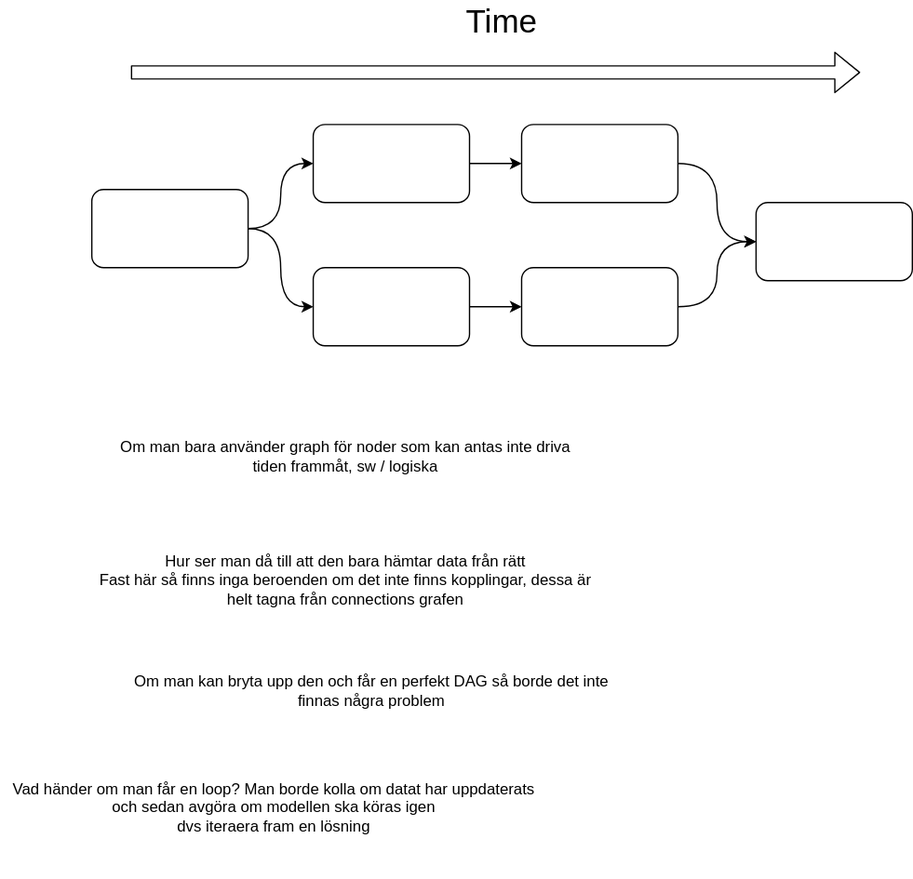
Before: lib/sim/docs/test.drawio.svg, a diagram exported from draw.io (jkCXf9X4/ssp4cpp). Source tidied: cells renumbered, new cells last; positions are measured from the earlier drawing's top-left corner, leaving out a move shared by most shapes. Its diagram source:
```xml
<mxGraphModel>
  <root>
    <mxCell id="0" />
    <mxCell id="1" parent="0" />
    <mxCell id="2" style="edgeStyle=entityRelationEdgeStyle;html=1;exitX=1;exitY=0.5;exitDx=0;exitDy=0;entryX=0;entryY=0.5;entryDx=0;entryDy=0;" parent="1" edge="1" source="3" target="5">
      <mxGeometry relative="1" as="geometry" />
    </mxCell>
    <mxCell id="3" style="rounded=1;whiteSpace=wrap;html=1;" parent="1" vertex="1">
      <mxGeometry x="240" y="90" width="120" height="60" as="geometry" />
    </mxCell>
    <mxCell id="4" style="edgeStyle=orthogonalEdgeStyle;curved=1;html=1;exitX=1;exitY=0.5;exitDx=0;exitDy=0;entryX=0;entryY=0.5;entryDx=0;entryDy=0;" parent="1" edge="1" source="5" target="13">
      <mxGeometry relative="1" as="geometry" />
    </mxCell>
    <mxCell id="5" style="rounded=1;whiteSpace=wrap;html=1;" parent="1" vertex="1">
      <mxGeometry x="400" y="90" width="120" height="60" as="geometry" />
    </mxCell>
    <mxCell id="6" style="edgeStyle=orthogonalEdgeStyle;curved=1;html=1;exitX=1;exitY=0.5;exitDx=0;exitDy=0;entryX=0;entryY=0.5;entryDx=0;entryDy=0;" parent="1" edge="1" source="7" target="12">
      <mxGeometry relative="1" as="geometry" />
    </mxCell>
    <mxCell id="7" style="rounded=1;whiteSpace=wrap;html=1;" parent="1" vertex="1">
      <mxGeometry x="240" y="200" width="120" height="60" as="geometry" />
    </mxCell>
    <mxCell id="8" style="edgeStyle=orthogonalEdgeStyle;html=1;exitX=1;exitY=0.5;exitDx=0;exitDy=0;entryX=0;entryY=0.5;entryDx=0;entryDy=0;curved=1;" parent="1" edge="1" source="10" target="3">
      <mxGeometry relative="1" as="geometry" />
    </mxCell>
    <mxCell id="9" style="edgeStyle=orthogonalEdgeStyle;curved=1;html=1;exitX=1;exitY=0.5;exitDx=0;exitDy=0;entryX=0;entryY=0.5;entryDx=0;entryDy=0;" parent="1" edge="1" source="10" target="7">
      <mxGeometry relative="1" as="geometry" />
    </mxCell>
    <mxCell id="10" style="rounded=1;whiteSpace=wrap;html=1;" parent="1" vertex="1">
      <mxGeometry x="70" y="140" width="120" height="60" as="geometry" />
    </mxCell>
    <mxCell id="11" style="edgeStyle=orthogonalEdgeStyle;curved=1;html=1;exitX=1;exitY=0.5;exitDx=0;exitDy=0;entryX=0;entryY=0.5;entryDx=0;entryDy=0;" parent="1" edge="1" source="12" target="13">
      <mxGeometry relative="1" as="geometry" />
    </mxCell>
    <mxCell id="12" style="rounded=1;whiteSpace=wrap;html=1;" parent="1" vertex="1">
      <mxGeometry x="400" y="200" width="120" height="60" as="geometry" />
    </mxCell>
    <mxCell id="13" style="rounded=1;whiteSpace=wrap;html=1;" parent="1" vertex="1">
      <mxGeometry x="580" y="150" width="120" height="60" as="geometry" />
    </mxCell>
    <mxCell id="14" style="shape=flexArrow;endArrow=classic;html=1;curved=1;" parent="1" edge="1">
      <mxGeometry relative="1" as="geometry">
        <mxPoint x="100" y="50" as="sourcePoint" />
        <mxPoint x="660" y="50" as="targetPoint" />
      </mxGeometry>
    </mxCell>
    <mxCell id="15" value="Time" style="text;html=1;align=center;verticalAlign=middle;whiteSpace=wrap;rounded=0;fontSize=25;" parent="1" vertex="1">
      <mxGeometry x="330" width="110" height="20" as="geometry" />
    </mxCell>
    <mxCell id="16" value="Om man bara använder graph för noder som kan antas inte driva tiden frammåt, sw / logiska" style="text;html=1;align=center;verticalAlign=middle;whiteSpace=wrap;rounded=0;" parent="1" vertex="1">
      <mxGeometry x="90" y="300" width="350" height="90" as="geometry" />
    </mxCell>
    <mxCell id="17" value="Hur ser man då till att den bara hämtar data från rätt&lt;br&gt;Fast här så finns inga beroenden om det inte finns kopplingar, dessa är helt tagna från connections grafen" style="text;html=1;align=center;verticalAlign=middle;whiteSpace=wrap;rounded=0;" parent="1" vertex="1">
      <mxGeometry x="70" y="420" width="390" height="40" as="geometry" />
    </mxCell>
    <mxCell id="18" value="Om man kan bryta upp den och får en perfekt DAG så borde det inte finnas några problem&amp;nbsp;" style="text;html=1;align=center;verticalAlign=middle;whiteSpace=wrap;rounded=0;" parent="1" vertex="1">
      <mxGeometry x="90" y="510" width="390" height="30" as="geometry" />
    </mxCell>
    <mxCell id="19" value="Vad händer om man får en loop? Man borde kolla om datat har uppdaterats och sedan avgöra om modellen ska köras igen&lt;br&gt;dvs iteraera fram en lösning&amp;nbsp;" style="text;html=1;align=center;verticalAlign=middle;whiteSpace=wrap;rounded=0;" parent="1" vertex="1">
      <mxGeometry y="560" width="420" height="110" as="geometry" />
    </mxCell>
  </root>
</mxGraphModel>
```
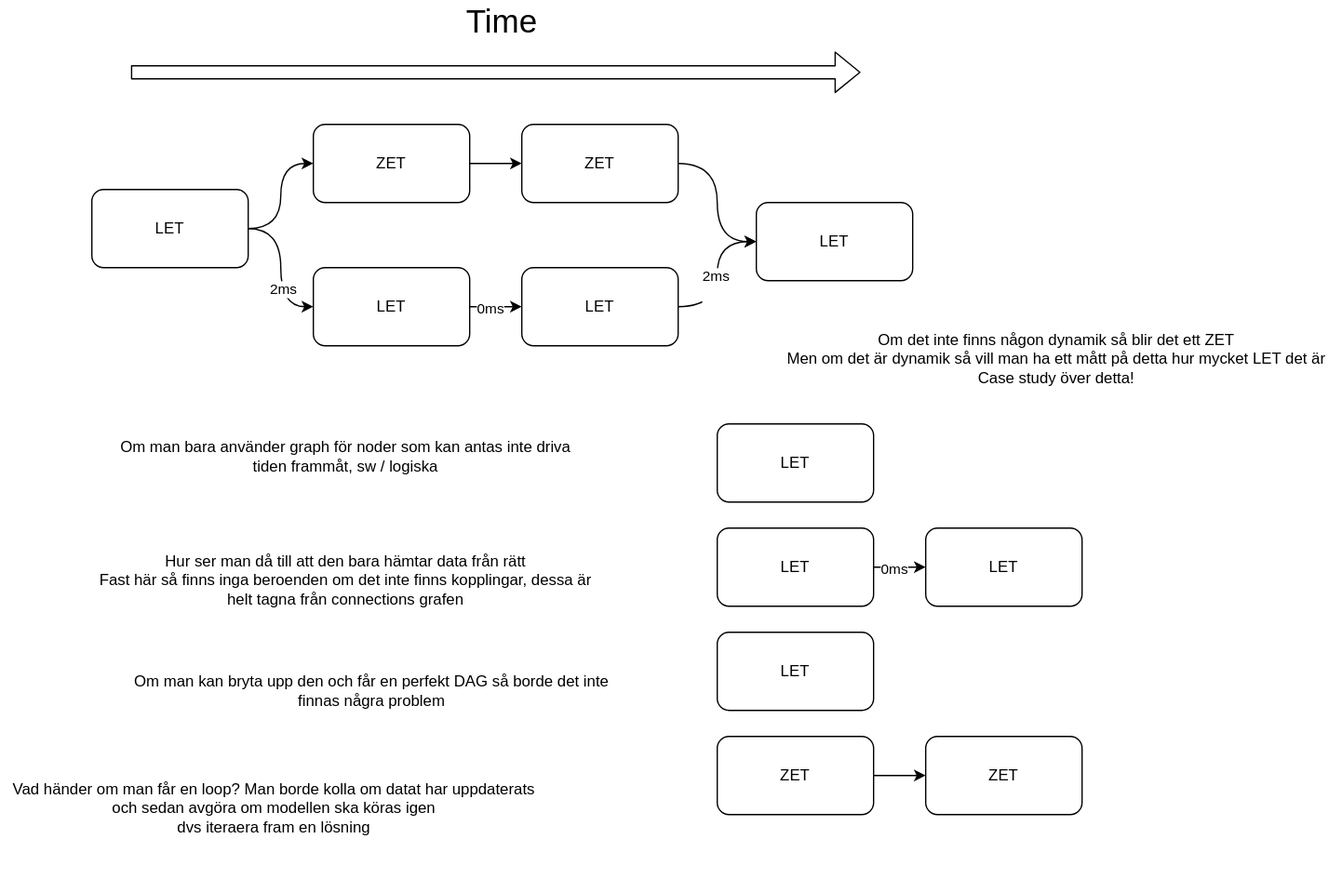
Later version of the same file.

What changed in the source:
```diff
@@ -5,19 +5,22 @@
     <mxCell id="2" style="edgeStyle=entityRelationEdgeStyle;html=1;exitX=1;exitY=0.5;exitDx=0;exitDy=0;entryX=0;entryY=0.5;entryDx=0;entryDy=0;" parent="1" edge="1" source="3" target="5">
       <mxGeometry relative="1" as="geometry" />
     </mxCell>
-    <mxCell id="3" style="rounded=1;whiteSpace=wrap;html=1;" parent="1" vertex="1">
+    <mxCell id="3" value="ZET" style="rounded=1;whiteSpace=wrap;html=1;" parent="1" vertex="1">
       <mxGeometry x="240" y="90" width="120" height="60" as="geometry" />
     </mxCell>
     <mxCell id="4" style="edgeStyle=orthogonalEdgeStyle;curved=1;html=1;exitX=1;exitY=0.5;exitDx=0;exitDy=0;entryX=0;entryY=0.5;entryDx=0;entryDy=0;" parent="1" edge="1" source="5" target="13">
       <mxGeometry relative="1" as="geometry" />
     </mxCell>
-    <mxCell id="5" style="rounded=1;whiteSpace=wrap;html=1;" parent="1" vertex="1">
+    <mxCell id="5" value="ZET" style="rounded=1;whiteSpace=wrap;html=1;" parent="1" vertex="1">
       <mxGeometry x="400" y="90" width="120" height="60" as="geometry" />
     </mxCell>
     <mxCell id="6" style="edgeStyle=orthogonalEdgeStyle;curved=1;html=1;exitX=1;exitY=0.5;exitDx=0;exitDy=0;entryX=0;entryY=0.5;entryDx=0;entryDy=0;" parent="1" edge="1" source="7" target="12">
       <mxGeometry relative="1" as="geometry" />
     </mxCell>
+    <mxCell id="20" value="0ms" style="edgeLabel;html=1;align=center;verticalAlign=middle;" parent="6" vertex="1">
+      <mxGeometry x="-0.25" y="-1" relative="1" as="geometry" />
+    </mxCell>
-    <mxCell id="7" style="rounded=1;whiteSpace=wrap;html=1;" parent="1" vertex="1">
+    <mxCell id="7" value="LET" style="rounded=1;whiteSpace=wrap;html=1;" parent="1" vertex="1">
       <mxGeometry x="240" y="200" width="120" height="60" as="geometry" />
     </mxCell>
     <mxCell id="8" style="edgeStyle=orthogonalEdgeStyle;html=1;exitX=1;exitY=0.5;exitDx=0;exitDy=0;entryX=0;entryY=0.5;entryDx=0;entryDy=0;curved=1;" parent="1" edge="1" source="10" target="3">
@@ -26,16 +29,22 @@
     <mxCell id="9" style="edgeStyle=orthogonalEdgeStyle;curved=1;html=1;exitX=1;exitY=0.5;exitDx=0;exitDy=0;entryX=0;entryY=0.5;entryDx=0;entryDy=0;" parent="1" edge="1" source="10" target="7">
       <mxGeometry relative="1" as="geometry" />
     </mxCell>
+    <mxCell id="21" value="2ms" style="edgeLabel;html=1;align=center;verticalAlign=middle;" parent="9" vertex="1">
+      <mxGeometry x="0.29" y="1" relative="1" as="geometry" />
+    </mxCell>
-    <mxCell id="10" style="rounded=1;whiteSpace=wrap;html=1;" parent="1" vertex="1">
+    <mxCell id="10" value="LET" style="rounded=1;whiteSpace=wrap;html=1;" parent="1" vertex="1">
       <mxGeometry x="70" y="140" width="120" height="60" as="geometry" />
     </mxCell>
     <mxCell id="11" style="edgeStyle=orthogonalEdgeStyle;curved=1;html=1;exitX=1;exitY=0.5;exitDx=0;exitDy=0;entryX=0;entryY=0.5;entryDx=0;entryDy=0;" parent="1" edge="1" source="12" target="13">
       <mxGeometry relative="1" as="geometry" />
     </mxCell>
+    <mxCell id="22" value="2ms&lt;div&gt;&lt;br&gt;&lt;/div&gt;" style="edgeLabel;html=1;align=center;verticalAlign=middle;" parent="11" vertex="1">
+      <mxGeometry x="-0.15" y="2" relative="1" as="geometry" />
+    </mxCell>
-    <mxCell id="12" style="rounded=1;whiteSpace=wrap;html=1;" parent="1" vertex="1">
+    <mxCell id="12" value="LET" style="rounded=1;whiteSpace=wrap;html=1;" parent="1" vertex="1">
       <mxGeometry x="400" y="200" width="120" height="60" as="geometry" />
     </mxCell>
-    <mxCell id="13" style="rounded=1;whiteSpace=wrap;html=1;" parent="1" vertex="1">
+    <mxCell id="13" value="LET" style="rounded=1;whiteSpace=wrap;html=1;" parent="1" vertex="1">
       <mxGeometry x="580" y="150" width="120" height="60" as="geometry" />
     </mxCell>
     <mxCell id="14" style="shape=flexArrow;endArrow=classic;html=1;curved=1;" parent="1" edge="1">
@@ -59,5 +68,35 @@
     <mxCell id="19" value="Vad händer om man får en loop? Man borde kolla om datat har uppdaterats och sedan avgöra om modellen ska köras igen&lt;br&gt;dvs iteraera fram en lösning&amp;nbsp;" style="text;html=1;align=center;verticalAlign=middle;whiteSpace=wrap;rounded=0;" parent="1" vertex="1">
       <mxGeometry y="560" width="420" height="110" as="geometry" />
     </mxCell>
+    <mxCell id="23" value="LET" style="rounded=1;whiteSpace=wrap;html=1;" parent="1" vertex="1">
+      <mxGeometry x="550" y="320" width="120" height="60" as="geometry" />
+    </mxCell>
+    <mxCell id="24" style="edgeStyle=orthogonalEdgeStyle;curved=1;html=1;exitX=1;exitY=0.5;exitDx=0;exitDy=0;entryX=0;entryY=0.5;entryDx=0;entryDy=0;" parent="1" edge="1" source="26" target="27">
+      <mxGeometry relative="1" as="geometry" />
+    </mxCell>
+    <mxCell id="25" value="0ms" style="edgeLabel;html=1;align=center;verticalAlign=middle;" parent="24" vertex="1">
+      <mxGeometry x="-0.25" y="-1" relative="1" as="geometry" />
+    </mxCell>
+    <mxCell id="26" value="LET" style="rounded=1;whiteSpace=wrap;html=1;" parent="1" vertex="1">
+      <mxGeometry x="550" y="400" width="120" height="60" as="geometry" />
+    </mxCell>
+    <mxCell id="27" value="LET" style="rounded=1;whiteSpace=wrap;html=1;" parent="1" vertex="1">
+      <mxGeometry x="710" y="400" width="120" height="60" as="geometry" />
+    </mxCell>
+    <mxCell id="28" value="LET" style="rounded=1;whiteSpace=wrap;html=1;" parent="1" vertex="1">
+      <mxGeometry x="550" y="480" width="120" height="60" as="geometry" />
+    </mxCell>
+    <mxCell id="29" style="edgeStyle=orthogonalEdgeStyle;curved=1;html=1;exitX=1;exitY=0.5;exitDx=0;exitDy=0;entryX=0;entryY=0.5;entryDx=0;entryDy=0;" parent="1" edge="1" source="30" target="31">
+      <mxGeometry relative="1" as="geometry" />
+    </mxCell>
+    <mxCell id="30" value="ZET" style="rounded=1;whiteSpace=wrap;html=1;" parent="1" vertex="1">
+      <mxGeometry x="550" y="560" width="120" height="60" as="geometry" />
+    </mxCell>
+    <mxCell id="31" value="ZET" style="rounded=1;whiteSpace=wrap;html=1;" parent="1" vertex="1">
+      <mxGeometry x="710" y="560" width="120" height="60" as="geometry" />
+    </mxCell>
+    <mxCell id="32" value="Om det inte finns någon dynamik så blir det ett ZET&lt;div&gt;Men om det är dynamik så vill man ha ett mått på detta hur mycket LET det är&amp;nbsp;&lt;/div&gt;&lt;div&gt;Case study över detta!&lt;/div&gt;" style="text;html=1;align=center;verticalAlign=middle;strokeColor=none;fillColor=none;" parent="1" vertex="1">
+      <mxGeometry x="590" y="240" width="440" height="60" as="geometry" />
+    </mxCell>
   </root>
 </mxGraphModel>
```
